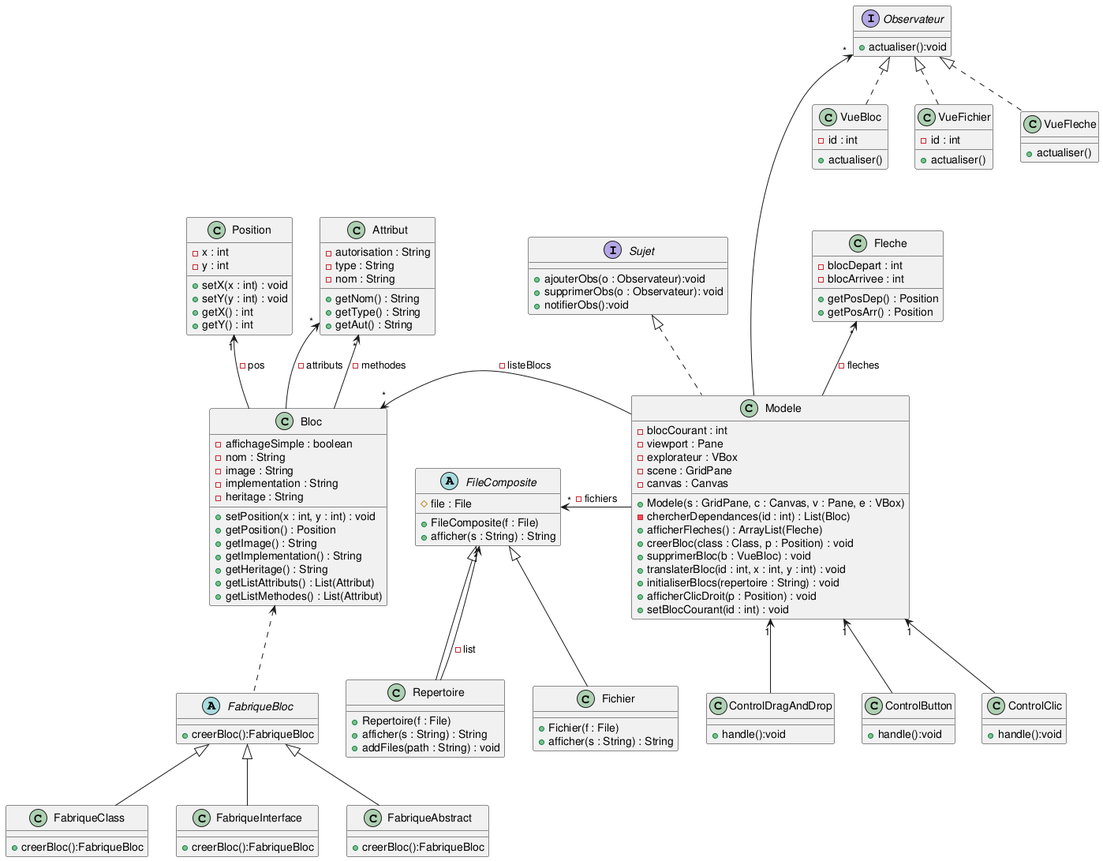
Before: diagramme_classe/plantuml.png, a diagram exported from PlantUML (Cesareuh/SAE-3.01-D-veloppement-d-une-application).
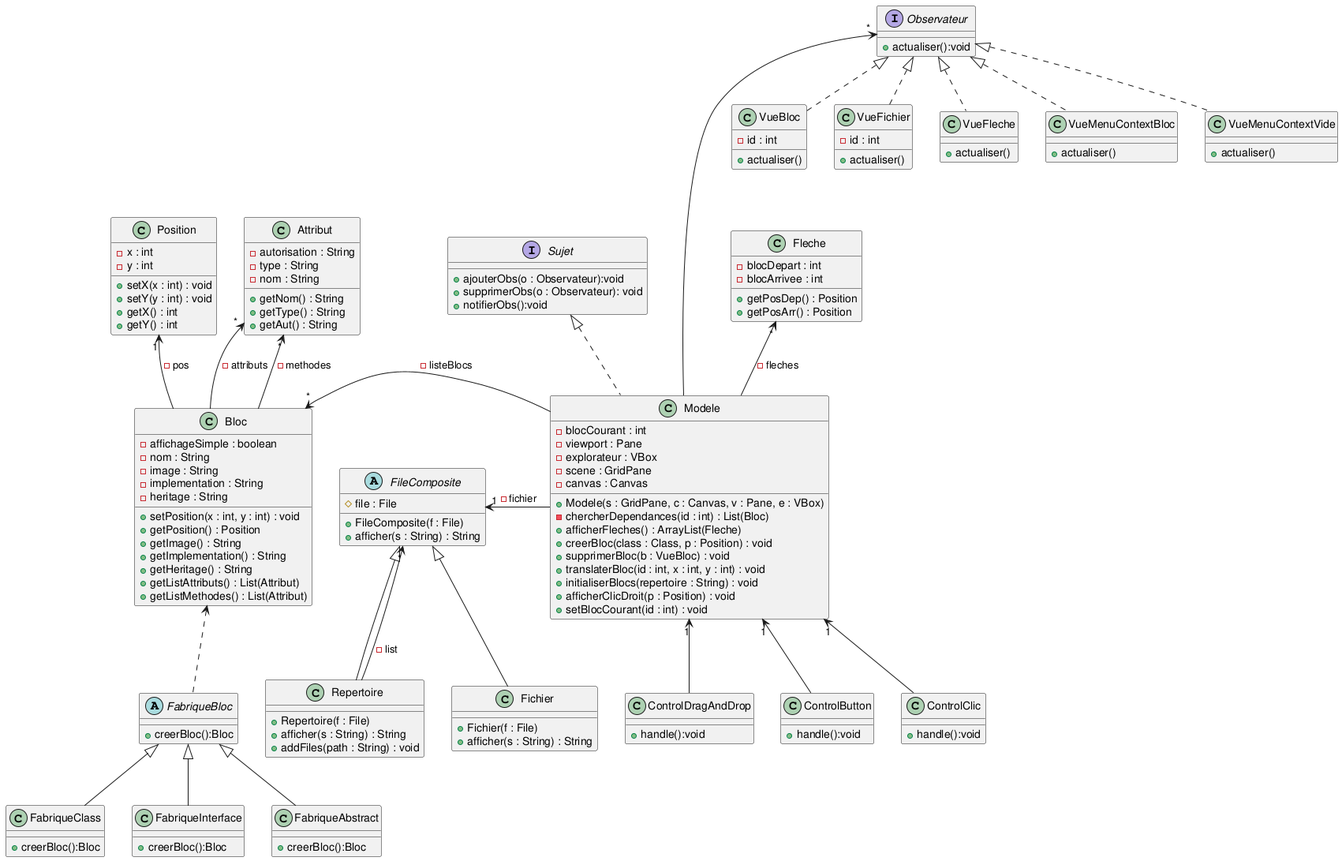
After the change.

Commit message:
diag class update

Change to the diagram source:
```diff
@@ -74,6 +74,8 @@
 Observateur <|.. VueBloc
 Observateur <|.. VueFichier
 Observateur <|.. VueFleche
+Observateur <|.. VueMenuContextBloc
+Observateur <|.. VueMenuContextVide
 
 class VueFleche{
 + actualiser()
@@ -86,6 +88,14 @@
 
 class VueFichier{
 - id : int
++ actualiser()
+}
+
+class VueMenuContextBloc{
++ actualiser()
+}
+
+class VueMenuContextVide{
 + actualiser()
 }
 
@@ -102,7 +112,7 @@
 }
 
 abstract FabriqueBloc{
-+creerBloc():FabriqueBloc
++creerBloc():Bloc
 
 }
 FabriqueBloc <|-- FabriqueClass
@@ -110,13 +120,13 @@
 FabriqueBloc <|-- FabriqueAbstract
 
 class FabriqueClass{
-+creerBloc():FabriqueBloc
++creerBloc():Bloc
 }
 class FabriqueInterface{
-+creerBloc():FabriqueBloc
++creerBloc():Bloc
 }
 class FabriqueAbstract{
-+creerBloc():FabriqueBloc
++creerBloc():Bloc
 }
 
 abstract FileComposite{
@@ -126,7 +136,7 @@
 }
 FileComposite <|-- Fichier
 FileComposite <|-- Repertoire
-FileComposite "*" <- Modele : - fichiers
+FileComposite "1" <- Modele : - fichier
 FileComposite "*" <-- Repertoire : - list
 
 class Fichier{
```
